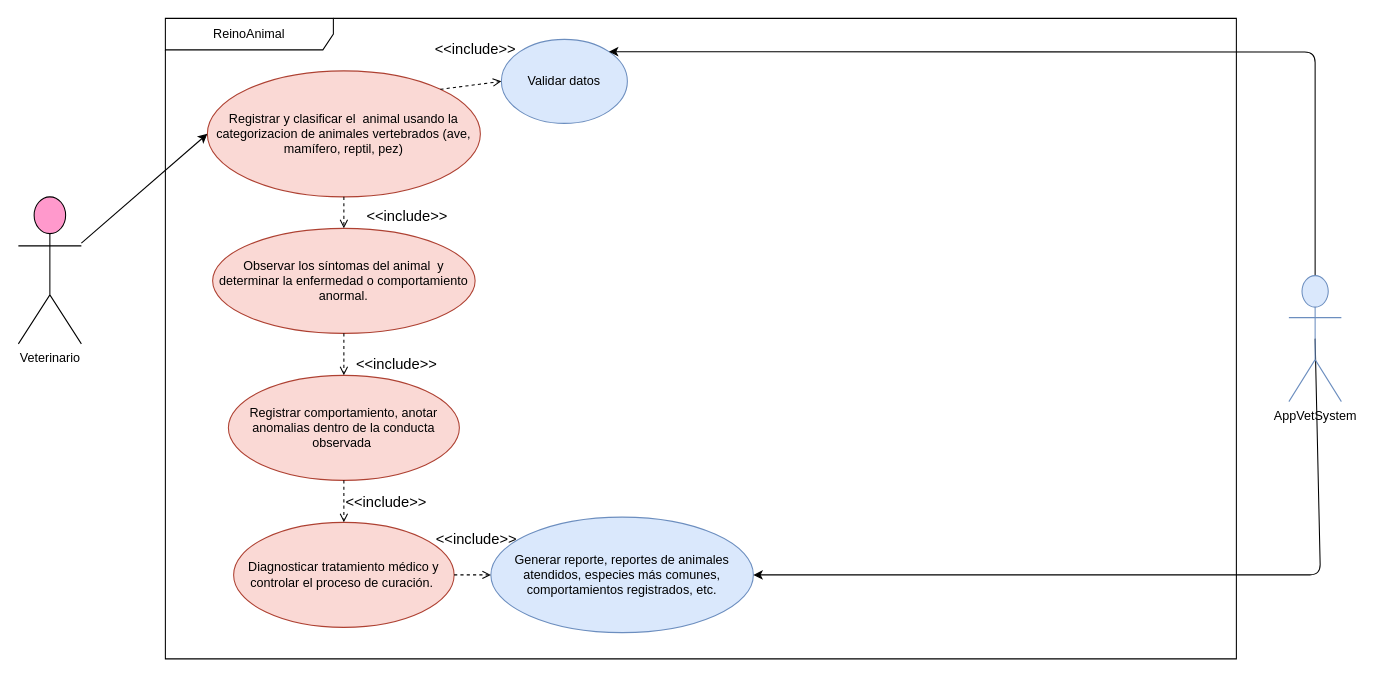
Before: g1_ReinoAnimal/design/00UseCase.drawio in Anthonio16/g1_ReinoAnimal, a draw.io diagram. Source tidied: cells renumbered, new cells numbered last; positions are measured from the earlier drawing's top-left corner, leaving out a move shared by most shapes. Both pictures are drawn from the tidied source at 105%, with x=0, y=0 at pixel (18, 18).
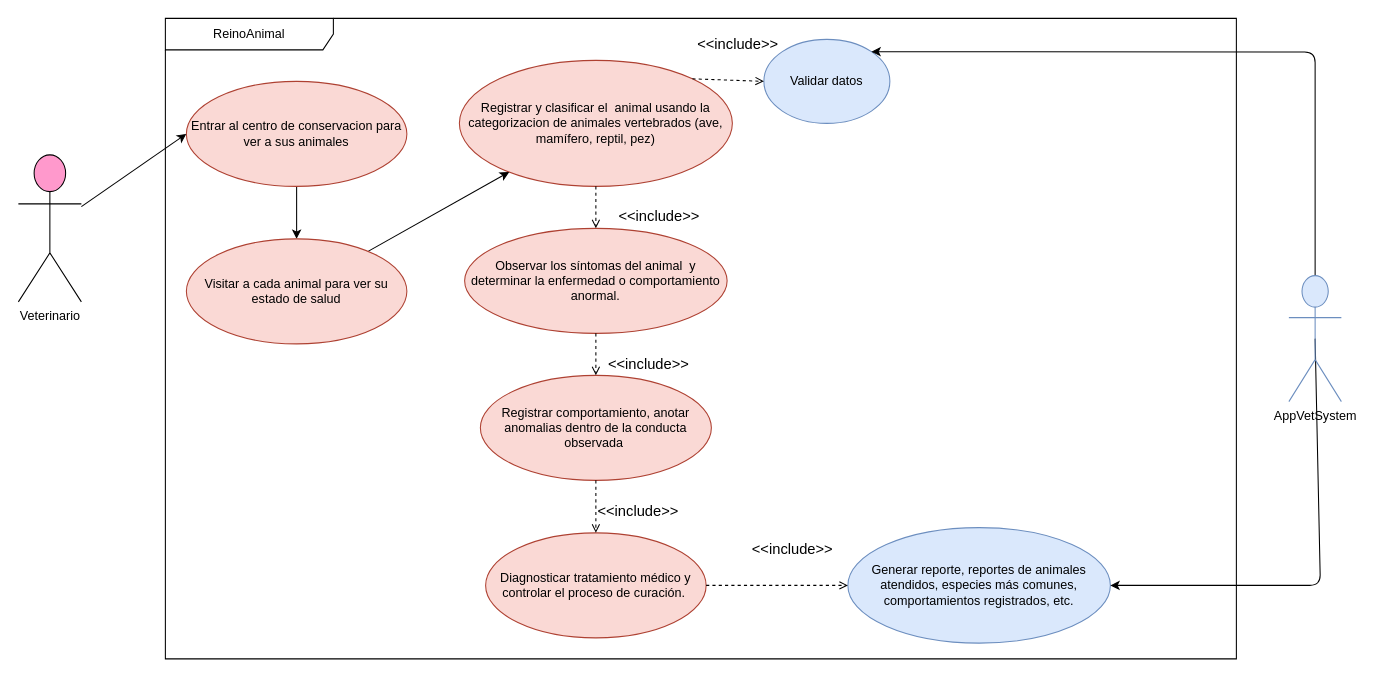
After the change.

Commit message (it also covers changes not shown here):
Modificacion Diagrama Uso

What changed in the source:
```diff
@@
-    <mxCell id="2" value="ReinoAnimal" style="shape=umlFrame;whiteSpace=wrap;html=1;width=160;" parent="1" vertex="1">
-      <mxGeometry x="140" width="1020" height="610" as="geometry" />
-    </mxCell>
+    <mxCell id="18" value="ReinoAnimal" style="shape=umlFrame;whiteSpace=wrap;html=1;width=160;" parent="1" vertex="1">
+      <mxGeometry x="140" width="1020" height="610" as="geometry" />
+    </mxCell>
-    <mxCell id="3" value="Registrar y clasificar el&amp;nbsp; animal usando la categorizacion de animales vertebrados (ave, mamífero, reptil, pez)" style="ellipse;whiteSpace=wrap;html=1;fillColor=#fad9d5;strokeColor=#ae4132;" parent="2" vertex="1">
-      <mxGeometry x="40" y="50" width="260" height="120" as="geometry" />
+    <mxCell id="3" value="Registrar y clasificar el&amp;nbsp; animal usando la categorizacion de animales vertebrados (ave, mamífero, reptil, pez)" style="ellipse;whiteSpace=wrap;html=1;fillColor=#fad9d5;strokeColor=#ae4132;" parent="18" vertex="1">
+      <mxGeometry x="280" y="40" width="260" height="120" as="geometry" />
     </mxCell>
-    <mxCell id="4" value="Observar los síntomas del animal&amp;nbsp; y determinar la enfermedad o comportamiento anormal." style="ellipse;whiteSpace=wrap;html=1;fillColor=#fad9d5;strokeColor=#ae4132;" parent="2" vertex="1">
-      <mxGeometry x="45" y="200" width="250" height="100" as="geometry" />
+    <mxCell id="4" value="Observar los síntomas del animal&amp;nbsp; y determinar la enfermedad o comportamiento anormal." style="ellipse;whiteSpace=wrap;html=1;fillColor=#fad9d5;strokeColor=#ae4132;" parent="18" vertex="1">
+      <mxGeometry x="285" y="200" width="250" height="100" as="geometry" />
     </mxCell>
-    <mxCell id="5" value="Registrar comportamiento, anotar anomalias dentro de la conducta observada&amp;nbsp;" style="ellipse;whiteSpace=wrap;html=1;fillColor=#fad9d5;strokeColor=#ae4132;" parent="2" vertex="1">
-      <mxGeometry x="60" y="340" width="220" height="100" as="geometry" />
+    <mxCell id="5" value="Registrar comportamiento, anotar anomalias dentro de la conducta observada&amp;nbsp;" style="ellipse;whiteSpace=wrap;html=1;fillColor=#fad9d5;strokeColor=#ae4132;" parent="18" vertex="1">
+      <mxGeometry x="300" y="340" width="220" height="100" as="geometry" />
     </mxCell>
-    <mxCell id="6" value="Diagnosticar tratamiento médico y controlar el proceso de curación.&amp;nbsp;" style="ellipse;whiteSpace=wrap;html=1;fillColor=#fad9d5;strokeColor=#ae4132;" parent="2" vertex="1">
-      <mxGeometry x="65" y="480" width="210" height="100" as="geometry" />
+    <mxCell id="6" value="Diagnosticar tratamiento médico y controlar el proceso de curación.&amp;nbsp;" style="ellipse;whiteSpace=wrap;html=1;fillColor=#fad9d5;strokeColor=#ae4132;" parent="18" vertex="1">
+      <mxGeometry x="305" y="490" width="210" height="100" as="geometry" />
     </mxCell>
-    <mxCell id="7" value="Generar reporte, reportes de animales atendidos, especies más comunes, comportamientos registrados, etc." style="ellipse;whiteSpace=wrap;html=1;fillColor=#dae8fc;strokeColor=#6c8ebf;" parent="2" vertex="1">
-      <mxGeometry x="310" y="475" width="250" height="110" as="geometry" />
+    <mxCell id="7" value="Generar reporte, reportes de animales atendidos, especies más comunes, comportamientos registrados, etc." style="ellipse;whiteSpace=wrap;html=1;fillColor=#dae8fc;strokeColor=#6c8ebf;" parent="18" vertex="1">
+      <mxGeometry x="650" y="485" width="250" height="110" as="geometry" />
     </mxCell>
-    <mxCell id="8" value="Validar datos" style="ellipse;whiteSpace=wrap;html=1;fillColor=#dae8fc;strokeColor=#6c8ebf;" parent="2" vertex="1">
-      <mxGeometry x="320" y="20" width="120" height="80" as="geometry" />
+    <mxCell id="8" value="Validar datos" style="ellipse;whiteSpace=wrap;html=1;fillColor=#dae8fc;strokeColor=#6c8ebf;" parent="18" vertex="1">
+      <mxGeometry x="570" y="20" width="120" height="80" as="geometry" />
     </mxCell>
-    <mxCell id="9" value="&lt;font style=&quot;font-size: 14px;&quot;&gt;&amp;lt;&amp;lt;include&amp;gt;&amp;gt;&lt;/font&gt;" style="html=1;verticalAlign=bottom;labelBackgroundColor=none;endArrow=open;endFill=0;dashed=1;exitX=1;exitY=0;exitDx=0;exitDy=0;entryX=0;entryY=0.5;entryDx=0;entryDy=0;" parent="2" edge="1" source="3" target="8">
+    <mxCell id="9" value="&lt;font style=&quot;font-size: 14px;&quot;&gt;&amp;lt;&amp;lt;include&amp;gt;&amp;gt;&lt;/font&gt;" style="html=1;verticalAlign=bottom;labelBackgroundColor=none;endArrow=open;endFill=0;dashed=1;exitX=1;exitY=0;exitDx=0;exitDy=0;entryX=0;entryY=0.5;entryDx=0;entryDy=0;" parent="18" edge="1" source="3" target="8">
       <mxGeometry x="0.22" y="23" relative="1" as="geometry" />
     </mxCell>
-    <mxCell id="10" value="&lt;font style=&quot;font-size: 14px;&quot;&gt;&amp;lt;&amp;lt;include&amp;gt;&amp;gt;&lt;/font&gt;" style="html=1;verticalAlign=bottom;labelBackgroundColor=none;endArrow=open;endFill=0;dashed=1;exitX=0.5;exitY=1;exitDx=0;exitDy=0;" parent="2" edge="1" source="3" target="4">
+    <mxCell id="10" value="&lt;font style=&quot;font-size: 14px;&quot;&gt;&amp;lt;&amp;lt;include&amp;gt;&amp;gt;&lt;/font&gt;" style="html=1;verticalAlign=bottom;labelBackgroundColor=none;endArrow=open;endFill=0;dashed=1;exitX=0.5;exitY=1;exitDx=0;exitDy=0;" parent="18" edge="1" source="3" target="4">
       <mxGeometry x="1" y="60" relative="1" as="geometry">
         <mxPoint y="-1" as="offset" />
       </mxGeometry>
     </mxCell>
-    <mxCell id="11" value="&lt;font style=&quot;font-size: 14px;&quot;&gt;&amp;lt;&amp;lt;include&amp;gt;&amp;gt;&lt;/font&gt;" style="html=1;verticalAlign=bottom;labelBackgroundColor=none;endArrow=open;endFill=0;dashed=1;exitX=0.5;exitY=1;exitDx=0;exitDy=0;entryX=0.5;entryY=0;entryDx=0;entryDy=0;" parent="2" edge="1" source="4" target="5">
+    <mxCell id="11" value="&lt;font style=&quot;font-size: 14px;&quot;&gt;&amp;lt;&amp;lt;include&amp;gt;&amp;gt;&lt;/font&gt;" style="html=1;verticalAlign=bottom;labelBackgroundColor=none;endArrow=open;endFill=0;dashed=1;exitX=0.5;exitY=1;exitDx=0;exitDy=0;entryX=0.5;entryY=0;entryDx=0;entryDy=0;" parent="18" edge="1" source="4" target="5">
       <mxGeometry x="1" y="50" relative="1" as="geometry" />
     </mxCell>
-    <mxCell id="12" value="&lt;font style=&quot;font-size: 14px;&quot;&gt;&amp;lt;&amp;lt;include&amp;gt;&amp;gt;&lt;/font&gt;" style="html=1;verticalAlign=bottom;labelBackgroundColor=none;endArrow=open;endFill=0;dashed=1;entryX=0.5;entryY=0;entryDx=0;entryDy=0;exitX=0.5;exitY=1;exitDx=0;exitDy=0;" parent="2" edge="1" source="5" target="6">
+    <mxCell id="12" value="&lt;font style=&quot;font-size: 14px;&quot;&gt;&amp;lt;&amp;lt;include&amp;gt;&amp;gt;&lt;/font&gt;" style="html=1;verticalAlign=bottom;labelBackgroundColor=none;endArrow=open;endFill=0;dashed=1;entryX=0.5;entryY=0;entryDx=0;entryDy=0;exitX=0.5;exitY=1;exitDx=0;exitDy=0;" parent="18" edge="1" source="5" target="6">
       <mxGeometry x="0.6" y="40" relative="1" as="geometry" />
     </mxCell>
-    <mxCell id="13" value="&lt;font style=&quot;font-size: 14px;&quot;&gt;&amp;lt;&amp;lt;include&amp;gt;&amp;gt;&lt;/font&gt;" style="html=1;verticalAlign=bottom;labelBackgroundColor=none;endArrow=open;endFill=0;dashed=1;exitX=1;exitY=0.5;exitDx=0;exitDy=0;entryX=0;entryY=0.5;entryDx=0;entryDy=0;" parent="2" edge="1" source="6" target="7">
+    <mxCell id="13" value="&lt;font style=&quot;font-size: 14px;&quot;&gt;&amp;lt;&amp;lt;include&amp;gt;&amp;gt;&lt;/font&gt;" style="html=1;verticalAlign=bottom;labelBackgroundColor=none;endArrow=open;endFill=0;dashed=1;exitX=1;exitY=0.5;exitDx=0;exitDy=0;entryX=0;entryY=0.5;entryDx=0;entryDy=0;" parent="18" edge="1" source="6" target="7">
       <mxGeometry x="0.22" y="23" relative="1" as="geometry" />
     </mxCell>
-    <mxCell id="14" style="edgeStyle=none;html=1;entryX=0;entryY=0.5;entryDx=0;entryDy=0;" parent="1" edge="1" source="15" target="3">
-      <mxGeometry relative="1" as="geometry" />
-    </mxCell>
+    <mxCell id="19" style="edgeStyle=none;html=1;" parent="18" edge="1" source="20" target="22">
+      <mxGeometry relative="1" as="geometry" />
+    </mxCell>
+    <mxCell id="20" value="Entrar al centro de conservacion para ver a sus animales" style="ellipse;whiteSpace=wrap;html=1;fillColor=#fad9d5;strokeColor=#ae4132;" parent="18" vertex="1">
+      <mxGeometry x="20" y="60" width="210" height="100" as="geometry" />
+    </mxCell>
+    <mxCell id="21" style="edgeStyle=none;html=1;" parent="18" edge="1" source="22" target="3">
+      <mxGeometry relative="1" as="geometry" />
+    </mxCell>
+    <mxCell id="22" value="Visitar a cada animal para ver su estado de salud" style="ellipse;whiteSpace=wrap;html=1;fillColor=#fad9d5;strokeColor=#ae4132;" parent="18" vertex="1">
+      <mxGeometry x="20" y="210" width="210" height="100" as="geometry" />
+    </mxCell>
+    <mxCell id="23" style="edgeStyle=none;html=1;entryX=0;entryY=0.5;entryDx=0;entryDy=0;" parent="1" edge="1" source="15" target="20">
+      <mxGeometry relative="1" as="geometry" />
+    </mxCell>
     <mxCell id="15" value="Veterinario" style="shape=umlActor;verticalLabelPosition=bottom;verticalAlign=top;html=1;fillColor=#FF99CC;" parent="1" vertex="1">
-      <mxGeometry y="170" width="60" height="140" as="geometry" />
+      <mxGeometry y="130" width="60" height="140" as="geometry" />
     </mxCell>
-    <mxCell id="16" style="edgeStyle=none;html=1;entryX=1;entryY=0;entryDx=0;entryDy=0;" parent="1" edge="1" source="18" target="8">
-      <mxGeometry relative="1" as="geometry">
-        <Array as="points">
-          <mxPoint x="1235" y="32" />
-        </Array>
-      </mxGeometry>
-    </mxCell>
-    <mxCell id="17" style="edgeStyle=none;html=1;exitX=0.5;exitY=0.5;exitDx=0;exitDy=0;exitPerimeter=0;entryX=1;entryY=0.5;entryDx=0;entryDy=0;" parent="1" edge="1" source="18" target="7">
-      <mxGeometry relative="1" as="geometry">
-        <Array as="points">
-          <mxPoint x="1240" y="530" />
-        </Array>
-      </mxGeometry>
-    </mxCell>
-    <mxCell id="18" value="AppVetSystem" style="shape=umlActor;verticalLabelPosition=bottom;verticalAlign=top;html=1;fillColor=#dae8fc;strokeColor=#6c8ebf;" parent="1" vertex="1">
-      <mxGeometry x="1210" y="245" width="50" height="120" as="geometry" />
-    </mxCell>
+    <mxCell id="24" style="edgeStyle=none;html=1;entryX=1;entryY=0;entryDx=0;entryDy=0;" parent="1" edge="1" source="26" target="8">
+      <mxGeometry relative="1" as="geometry">
+        <Array as="points">
+          <mxPoint x="1235" y="32" />
+        </Array>
+      </mxGeometry>
+    </mxCell>
+    <mxCell id="25" style="edgeStyle=none;html=1;exitX=0.5;exitY=0.5;exitDx=0;exitDy=0;exitPerimeter=0;entryX=1;entryY=0.5;entryDx=0;entryDy=0;" parent="1" edge="1" source="26" target="7">
+      <mxGeometry relative="1" as="geometry">
+        <Array as="points">
+          <mxPoint x="1240" y="540" />
+        </Array>
+      </mxGeometry>
+    </mxCell>
+    <mxCell id="26" value="AppVetSystem" style="shape=umlActor;verticalLabelPosition=bottom;verticalAlign=top;html=1;fillColor=#dae8fc;strokeColor=#6c8ebf;" parent="1" vertex="1">
+      <mxGeometry x="1210" y="245" width="50" height="120" as="geometry" />
+    </mxCell>
```
